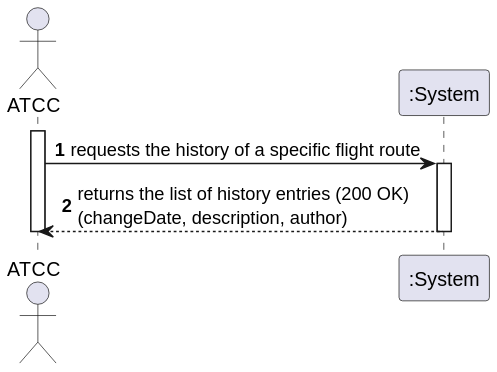
Andre-1240567/psoft2026_2DB_1240567_1241013_1240624 keeps this PlantUML diagram as docs/use-cases/WP#3A/US111/svg/US111-SSD.svg. Above is the earlier version. The source it was exported from:
```plantuml
@startuml
autonumber
actor "ATCC" as ATCC
participant ":System" as System

activate ATCC
ATCC -> System: requests the history of a specific flight route
activate System
System --> ATCC: returns the list of history entries (200 OK)\n(changeDate, description, author)
deactivate System
deactivate ATCC
@enduml
```
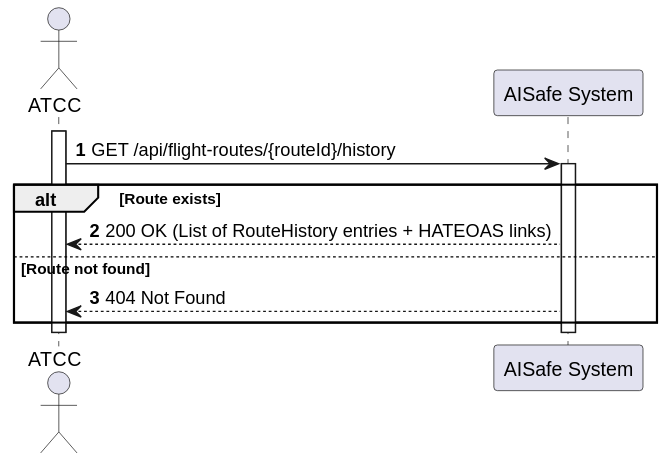
Above is the later version.

The edit, as a diff of the source:
```diff
@@ -1,12 +1,18 @@
 @startuml
 autonumber
 actor "ATCC" as ATCC
-participant ":System" as System
+participant "AISafe System" as System
 
 activate ATCC
-ATCC -> System: requests the history of a specific flight route
+ATCC -> System: GET /api/flight-routes/{routeId}/history
 activate System
-System --> ATCC: returns the list of history entries (200 OK)\n(changeDate, description, author)
+
+alt Route exists
+    System --> ATCC: 200 OK (List of RouteHistory entries + HATEOAS links)
+else Route not found
+    System --> ATCC: 404 Not Found
+end
+
 deactivate System
 deactivate ATCC
 @enduml
```
